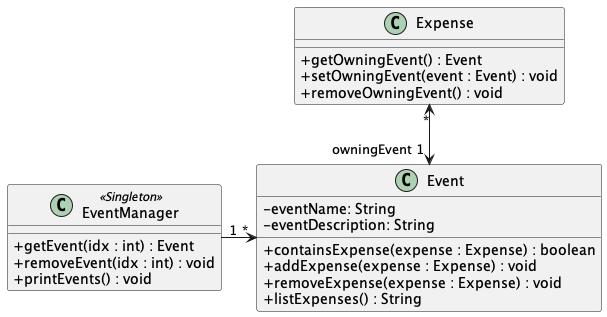
Earlier version of the PlantUML export docs/images/Event_class.png (JianJiaT/tp).
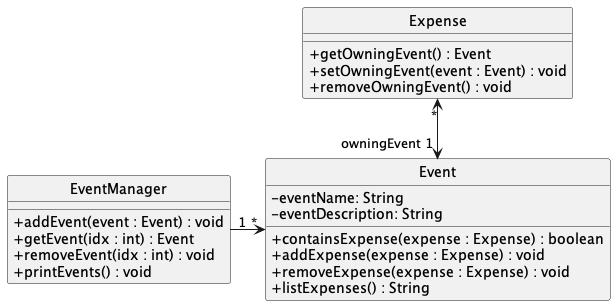
Later version of the same file.

Diff of the diagram source:
```diff
@@ -1,5 +1,8 @@
 @startuml
 skinparam classAttributeIconSize 0
+hide circle
+skinparam classAttributeIconSize 0
+
 class Event {
     - eventName: String
     - eventDescription: String
@@ -9,7 +12,8 @@
     + listExpenses() : String
 }
 
-class EventManager <<Singleton>> {
+class EventManager {
+    + addEvent(event : Event) : void
     + getEvent(idx : int) : Event
     + removeEvent(idx : int) : void
     + printEvents() : void
```
